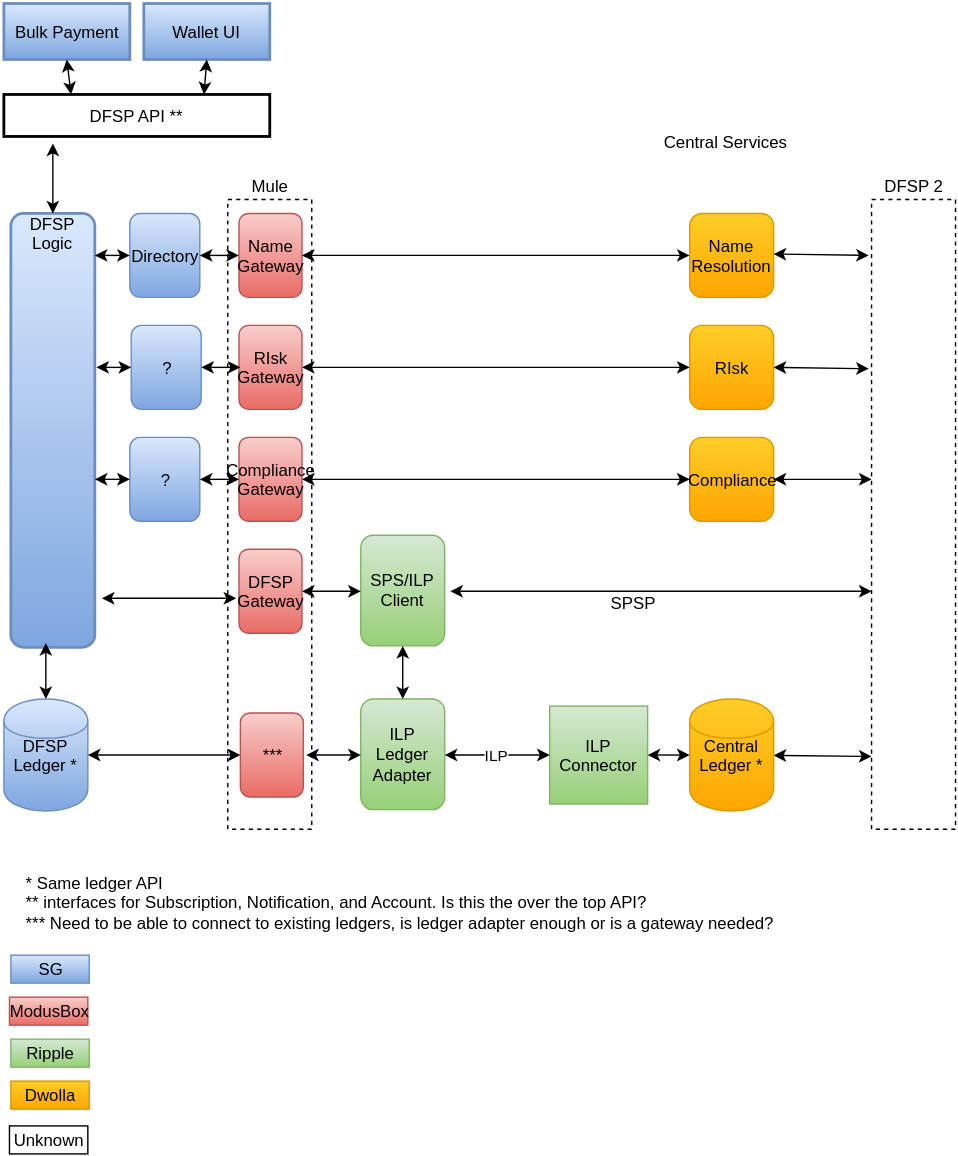
maduhu/Documentation keeps this draw.io diagram as Wiki/Top Level Architecture.svg. Above is the earlier version. Source tidied: cells renumbered, new cells last; positions are measured from the earlier drawing's top-left corner, leaving out a move shared by most shapes.
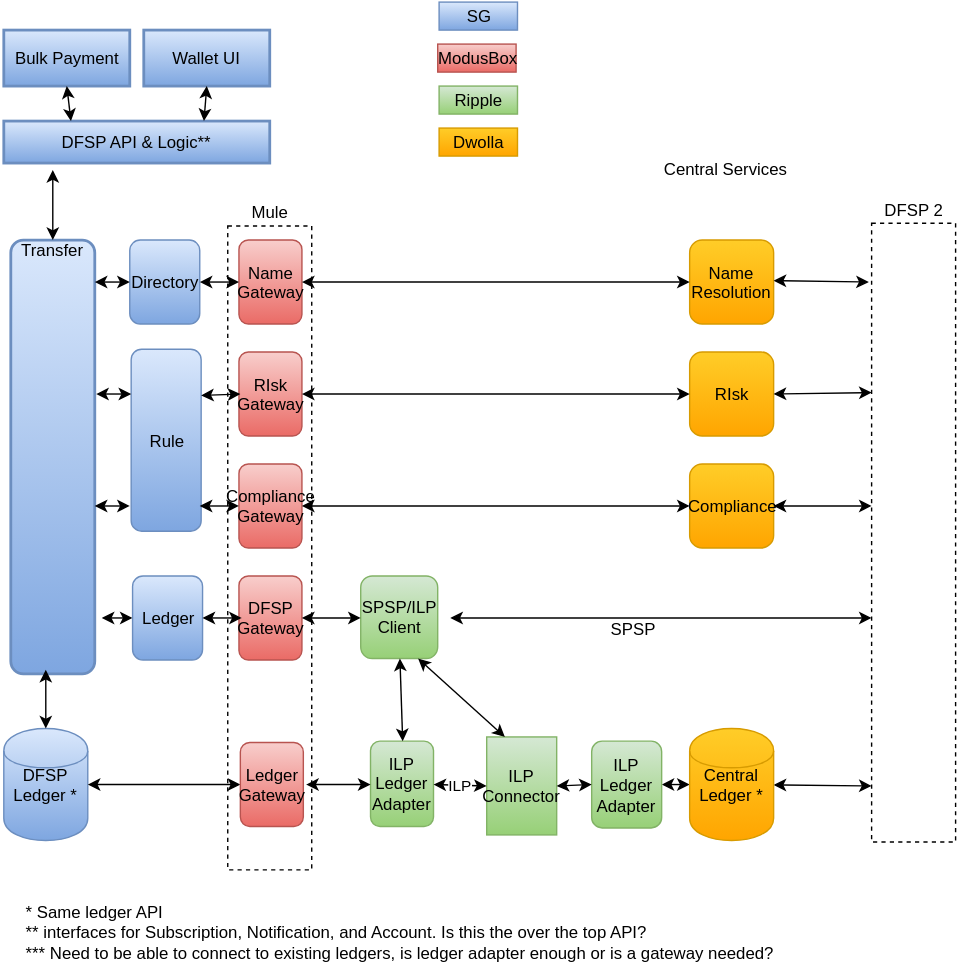
After the change.

Commit message:
Modify based on Kalin's comments

The edit, as a diff of the source:
```diff
@@ -3,41 +3,41 @@
     <mxCell id="0" />
     <mxCell id="1" parent="0" />
     <mxCell id="2" value="Mule" style="whiteSpace=wrap;html=1;fillColor=none;dashed=1;labelPosition=center;verticalLabelPosition=top;align=center;verticalAlign=bottom;" parent="1" vertex="1">
-      <mxGeometry x="160" y="140" width="60" height="450" as="geometry" />
+      <mxGeometry x="160" y="140" width="60" height="460" as="geometry" />
     </mxCell>
     <mxCell id="3" value="DFSP Ledger *" style="shape=cylinder;whiteSpace=wrap;html=1;plain-blue;" parent="1" vertex="1">
-      <mxGeometry y="497" width="60" height="80" as="geometry" />
+      <mxGeometry y="499" width="60" height="80" as="geometry" />
     </mxCell>
-    <mxCell id="4" value="&lt;div&gt;DFSP&lt;/div&gt;&lt;div&gt;Logic&lt;/div&gt;" style="verticalAlign=middle;align=center;overflow=fill;fontSize=12;fontFamily=Helvetica;html=1;rounded=1;fontStyle=0;strokeWidth=2;plain-blue;" parent="1" vertex="1">
+    <mxCell id="4" value="&lt;div&gt;Transfer&lt;/div&gt;" style="verticalAlign=middle;align=center;overflow=fill;fontSize=12;fontFamily=Helvetica;html=1;rounded=1;fontStyle=0;strokeWidth=2;plain-blue;" parent="1" vertex="1">
       <mxGeometry x="5" y="150" width="60" height="310" as="geometry" />
     </mxCell>
     <mxCell id="5" value="ILP Connector" style="whiteSpace=wrap;html=1;plain-green;" parent="1" vertex="1">
-      <mxGeometry x="390" y="502" width="70" height="70" as="geometry" />
+      <mxGeometry x="345" y="505" width="50" height="70" as="geometry" />
     </mxCell>
     <mxCell id="6" value="ILP Ledger Adapter" style="rounded=1;whiteSpace=wrap;html=1;plain-green;" parent="1" vertex="1">
-      <mxGeometry x="255" y="497" width="60" height="79" as="geometry" />
+      <mxGeometry x="262" y="508" width="45" height="61" as="geometry" />
     </mxCell>
     <mxCell id="7" style="endArrow=classic;startArrow=classic;html=1;entryX=0;entryY=0.5;exitX=1;exitY=0.5;" parent="1" edge="1" source="3" target="47">
       <mxGeometry relative="1" as="geometry" />
     </mxCell>
     <mxCell id="8" value="ILP" style="endArrow=classic;startArrow=classic;html=1;entryX=0;entryY=0.5;exitX=1;exitY=0.5;" parent="1" edge="1" source="6" target="5">
-      <mxGeometry x="120" y="637" as="geometry" />
+      <mxGeometry x="120" y="639" as="geometry" />
     </mxCell>
-    <mxCell id="9" style="endArrow=classic;startArrow=classic;html=1;entryX=0;entryY=0.5;exitX=1;exitY=0.5;" parent="1" edge="1" source="5" target="43">
-      <mxGeometry x="130" y="647" as="geometry" />
+    <mxCell id="9" style="endArrow=classic;startArrow=classic;html=1;entryX=0;entryY=0.5;exitX=1;exitY=0.5;" parent="1" edge="1" source="59" target="43">
+      <mxGeometry x="130" y="649" as="geometry" />
     </mxCell>
-    <mxCell id="10" value="SPS/ILP Client" style="rounded=1;whiteSpace=wrap;html=1;plain-green;" parent="1" vertex="1">
-      <mxGeometry x="255" y="380" width="60" height="79" as="geometry" />
+    <mxCell id="10" value="&lt;div&gt;SPSP/ILP&lt;/div&gt;&lt;div&gt;Client&lt;/div&gt;" style="rounded=1;whiteSpace=wrap;html=1;plain-green;" parent="1" vertex="1">
+      <mxGeometry x="255" y="390" width="55" height="59" as="geometry" />
     </mxCell>
-    <mxCell id="11" style="endArrow=classic;startArrow=classic;html=1;entryX=0.1;entryY=0.633;entryPerimeter=0;" parent="1" edge="1" target="2">
+    <mxCell id="11" style="endArrow=classic;startArrow=classic;html=1;entryX=0;entryY=0.5;" parent="1" edge="1" target="61">
       <mxGeometry x="110" y="457" as="geometry">
-        <mxPoint x="70" y="425" as="sourcePoint" />
+        <mxPoint x="70" y="420" as="sourcePoint" />
       </mxGeometry>
     </mxCell>
-    <mxCell id="12" style="endArrow=classic;startArrow=classic;html=1;exitX=0.5;exitY=1;entryX=0.5;entryY=0;" parent="1" edge="1" source="10" target="6">
+    <mxCell id="12" style="endArrow=classic;startArrow=classic;html=1;entryX=0.5;entryY=0;exitX=0.5;exitY=1;" parent="1" edge="1" source="10" target="6">
       <mxGeometry x="245" y="459" as="geometry" />
     </mxCell>
-    <mxCell id="13" value="DFSP API **" style="whiteSpace=wrap;align=center;verticalAlign=middle;fontStyle=0;strokeWidth=2;fillColor=#FFFFFF;html=1;" parent="1" vertex="1">
+    <mxCell id="13" value="DFSP API &amp;amp; Logic**" style="whiteSpace=wrap;align=center;verticalAlign=middle;fontStyle=0;strokeWidth=2;html=1;plain-blue;" parent="1" vertex="1">
       <mxGeometry y="65" width="190" height="30" as="geometry" />
     </mxCell>
     <mxCell id="14" value="Bulk Payment" style="whiteSpace=wrap;align=center;verticalAlign=middle;fontStyle=0;strokeWidth=2;html=1;plain-blue;" parent="1" vertex="1">
@@ -61,11 +61,11 @@
       </mxGeometry>
     </mxCell>
     <mxCell id="20" value="&lt;div&gt;* Same ledger API&lt;/div&gt;&lt;div&gt;** interfaces for Subscription, Notification, and Account. Is this the over the top API?&lt;/div&gt;&lt;div&gt;*** Need to be able to connect to existing ledgers, is ledger adapter enough or is a gateway needed?&lt;/div&gt;" style="text;html=1;align=left;verticalAlign=top;spacingTop=-4;" parent="1" vertex="1">
-      <mxGeometry x="14" y="619" width="550" height="40" as="geometry" />
+      <mxGeometry x="14" y="621" width="550" height="40" as="geometry" />
     </mxCell>
     <mxCell id="21" style="endArrow=classic;startArrow=classic;html=1;" parent="1" edge="1" source="43">
-      <mxGeometry x="260" y="656" as="geometry">
-        <mxPoint x="620" y="538" as="targetPoint" />
+      <mxGeometry x="260" y="658" as="geometry">
+        <mxPoint x="620" y="540" as="targetPoint" />
       </mxGeometry>
     </mxCell>
     <mxCell id="22" style="endArrow=classic;startArrow=classic;html=1;" parent="1" edge="1">
@@ -118,8 +118,8 @@
     <mxCell id="35" style="endArrow=classic;startArrow=classic;html=1;entryX=0;entryY=0.5;exitX=1;exitY=0.5;" parent="1" edge="1" source="34" target="33">
       <mxGeometry x="135" y="389" as="geometry" />
     </mxCell>
-    <mxCell id="36" value="?" style="rounded=1;whiteSpace=wrap;html=1;plain-blue;" parent="1" vertex="1">
-      <mxGeometry x="91" y="230" width="50" height="60" as="geometry" />
+    <mxCell id="36" value="Rule" style="rounded=1;whiteSpace=wrap;html=1;plain-blue;" parent="1" vertex="1">
+      <mxGeometry x="91" y="228" width="50" height="130" as="geometry" />
     </mxCell>
     <mxCell id="37" style="endArrow=classic;startArrow=classic;html=1;" parent="1" edge="1">
       <mxGeometry x="116" y="289" as="geometry">
@@ -127,22 +127,20 @@
         <mxPoint x="91" y="260" as="targetPoint" />
       </mxGeometry>
     </mxCell>
-    <mxCell id="38" style="endArrow=classic;startArrow=classic;html=1;entryX=0;entryY=0.5;exitX=1;exitY=0.5;" parent="1" edge="1" source="36">
+    <mxCell id="38" style="endArrow=classic;startArrow=classic;html=1;entryX=0;entryY=0.5;exitX=1;exitY=0.25;" parent="1" edge="1" source="36">
       <mxGeometry x="126" y="299" as="geometry">
         <mxPoint x="169" y="260" as="targetPoint" />
       </mxGeometry>
     </mxCell>
-    <mxCell id="39" value="?" style="rounded=1;whiteSpace=wrap;html=1;plain-blue;" parent="1" vertex="1">
-      <mxGeometry x="90" y="310" width="50" height="60" as="geometry" />
-    </mxCell>
     <mxCell id="40" style="endArrow=classic;startArrow=classic;html=1;" parent="1" edge="1">
       <mxGeometry x="115" y="369" as="geometry">
         <mxPoint x="65" y="340" as="sourcePoint" />
         <mxPoint x="90" y="340" as="targetPoint" />
       </mxGeometry>
     </mxCell>
-    <mxCell id="41" style="endArrow=classic;startArrow=classic;html=1;entryX=0;entryY=0.5;exitX=1;exitY=0.5;" parent="1" edge="1" source="39">
+    <mxCell id="41" style="endArrow=classic;startArrow=classic;html=1;entryX=0;entryY=0.5;exitX=1;exitY=0.5;" parent="1" edge="1">
       <mxGeometry x="125" y="379" as="geometry">
+        <mxPoint x="140" y="340" as="sourcePoint" />
         <mxPoint x="168" y="340" as="targetPoint" />
       </mxGeometry>
     </mxCell>
@@ -150,11 +148,11 @@
       <mxGeometry x="470" y="90" width="100" height="20" as="geometry" />
     </mxCell>
     <mxCell id="43" value="Central Ledger *" style="shape=cylinder;whiteSpace=wrap;html=1;plain-orange;" parent="1" vertex="1">
-      <mxGeometry x="490" y="497" width="60" height="80" as="geometry" />
+      <mxGeometry x="490" y="499" width="60" height="80" as="geometry" />
     </mxCell>
     <mxCell id="44" style="endArrow=classic;startArrow=classic;html=1;" parent="1" edge="1" target="43">
-      <mxGeometry x="260" y="656" as="geometry">
-        <mxPoint x="490" y="538" as="sourcePoint" />
+      <mxGeometry x="260" y="658" as="geometry">
+        <mxPoint x="490" y="540" as="sourcePoint" />
       </mxGeometry>
     </mxCell>
     <mxCell id="45" value="DFSP Gateway" style="rounded=1;whiteSpace=wrap;html=1;plain-red;" parent="1" vertex="1">
@@ -163,48 +161,62 @@
     <mxCell id="46" style="endArrow=classic;startArrow=classic;html=1;exitX=1;exitY=0.5;entryX=0;entryY=0.5;" parent="1" edge="1" source="45" target="10">
       <mxGeometry x="120" y="467" as="geometry" />
     </mxCell>
-    <mxCell id="47" value="***" style="rounded=1;whiteSpace=wrap;html=1;plain-red;" parent="1" vertex="1">
-      <mxGeometry x="169" y="507" width="45" height="60" as="geometry" />
+    <mxCell id="47" value="Ledger Gateway" style="rounded=1;whiteSpace=wrap;html=1;plain-red;" parent="1" vertex="1">
+      <mxGeometry x="169" y="509" width="45" height="60" as="geometry" />
     </mxCell>
     <mxCell id="48" style="endArrow=classic;startArrow=classic;html=1;entryX=0;entryY=0.5;" parent="1" edge="1" target="6">
-      <mxGeometry x="120" y="577" as="geometry">
-        <mxPoint x="216" y="537" as="sourcePoint" />
+      <mxGeometry x="120" y="579" as="geometry">
+        <mxPoint x="216" y="539" as="sourcePoint" />
       </mxGeometry>
     </mxCell>
+    <mxCell id="54" value="DFSP 2" style="whiteSpace=wrap;html=1;fillColor=none;dashed=1;labelPosition=center;verticalLabelPosition=top;align=center;verticalAlign=bottom;" parent="1" vertex="1">
+      <mxGeometry x="620" y="138" width="60" height="442" as="geometry" />
+    </mxCell>
+    <mxCell id="55" style="endArrow=classic;startArrow=classic;html=1;" parent="1" edge="1">
+      <mxGeometry x="464" y="389" as="geometry">
+        <mxPoint x="550" y="340" as="sourcePoint" />
+        <mxPoint x="620" y="340" as="targetPoint" />
+      </mxGeometry>
+    </mxCell>
+    <mxCell id="56" style="endArrow=classic;startArrow=classic;html=1;exitX=1;exitY=0.5;entryX=0;entryY=0.274;entryPerimeter=0;" parent="1" edge="1" target="54">
+      <mxGeometry x="472" y="309" as="geometry">
+        <mxPoint x="550" y="260" as="sourcePoint" />
+      </mxGeometry>
+    </mxCell>
+    <mxCell id="57" style="endArrow=classic;startArrow=classic;html=1;exitX=1;exitY=0.5;entryX=-0.033;entryY=0.269;entryPerimeter=0;" parent="1" edge="1">
+      <mxGeometry x="472" y="228" as="geometry">
+        <mxPoint x="550" y="179" as="sourcePoint" />
+        <mxPoint x="618" y="180" as="targetPoint" />
+      </mxGeometry>
+    </mxCell>
+    <mxCell id="58" style="endArrow=classic;startArrow=classic;html=1;exitX=0.75;exitY=1;entryX=0.25;entryY=0;" parent="1" edge="1" source="10" target="5">
+      <mxGeometry x="145" y="399" as="geometry" />
+    </mxCell>
+    <mxCell id="59" value="ILP Ledger Adapter" style="rounded=1;whiteSpace=wrap;html=1;plain-green;" parent="1" vertex="1">
+      <mxGeometry x="420" y="508" width="50" height="62" as="geometry" />
+    </mxCell>
+    <mxCell id="60" style="endArrow=classic;startArrow=classic;html=1;entryX=0;entryY=0.5;exitX=1;exitY=0.5;" parent="1" edge="1" source="5" target="59">
+      <mxGeometry x="130" y="649" as="geometry" />
+    </mxCell>
+    <mxCell id="61" value="Ledger" style="rounded=1;whiteSpace=wrap;html=1;plain-blue;" parent="1" vertex="1">
+      <mxGeometry x="92" y="390" width="50" height="60" as="geometry" />
+    </mxCell>
+    <mxCell id="62" style="endArrow=classic;startArrow=classic;html=1;exitX=1;exitY=0.5;" parent="1" edge="1" source="61">
+      <mxGeometry x="120" y="467" as="geometry">
+        <mxPoint x="170" y="420" as="targetPoint" />
+      </mxGeometry>
+    </mxCell>
     <mxCell id="49" value="ModusBox" style="whiteSpace=wrap;html=1;plain-red;" parent="1" vertex="1">
-      <mxGeometry x="4" y="710" width="56" height="20" as="geometry" />
+      <mxGeometry x="310" y="10" width="56" height="20" as="geometry" />
     </mxCell>
     <mxCell id="50" value="SG" style="whiteSpace=wrap;html=1;plain-blue;" parent="1" vertex="1">
-      <mxGeometry x="5" y="680" width="56" height="20" as="geometry" />
+      <mxGeometry x="311" y="-20" width="56" height="20" as="geometry" />
     </mxCell>
     <mxCell id="51" value="Ripple" style="whiteSpace=wrap;html=1;plain-green;" parent="1" vertex="1">
-      <mxGeometry x="5" y="740" width="56" height="20" as="geometry" />
+      <mxGeometry x="311" y="40" width="56" height="20" as="geometry" />
     </mxCell>
     <mxCell id="52" value="Dwolla" style="whiteSpace=wrap;html=1;plain-orange;" parent="1" vertex="1">
-      <mxGeometry x="5" y="770" width="56" height="20" as="geometry" />
+      <mxGeometry x="311" y="70" width="56" height="20" as="geometry" />
     </mxCell>
-    <mxCell id="53" value="Unknown" style="whiteSpace=wrap;html=1;fillColor=#ffffff;strokeColor=#000000;" parent="1" vertex="1">
-      <mxGeometry x="4" y="802" width="56" height="20" as="geometry" />
-    </mxCell>
-    <mxCell id="54" value="DFSP 2" style="whiteSpace=wrap;html=1;fillColor=none;dashed=1;labelPosition=center;verticalLabelPosition=top;align=center;verticalAlign=bottom;" parent="1" vertex="1">
-      <mxGeometry x="620" y="140" width="60" height="450" as="geometry" />
-    </mxCell>
-    <mxCell id="55" style="endArrow=classic;startArrow=classic;html=1;" parent="1" edge="1">
-      <mxGeometry x="464" y="389" as="geometry">
-        <mxPoint x="550" y="340" as="sourcePoint" />
-        <mxPoint x="620" y="340" as="targetPoint" />
-      </mxGeometry>
-    </mxCell>
-    <mxCell id="56" style="endArrow=classic;startArrow=classic;html=1;exitX=1;exitY=0.5;entryX=-0.033;entryY=0.269;entryPerimeter=0;" parent="1" edge="1" target="54">
-      <mxGeometry x="472" y="309" as="geometry">
-        <mxPoint x="550" y="260" as="sourcePoint" />
-      </mxGeometry>
-    </mxCell>
-    <mxCell id="57" style="endArrow=classic;startArrow=classic;html=1;exitX=1;exitY=0.5;entryX=-0.033;entryY=0.269;entryPerimeter=0;" parent="1" edge="1">
-      <mxGeometry x="472" y="228" as="geometry">
-        <mxPoint x="550" y="179" as="sourcePoint" />
-        <mxPoint x="618" y="180" as="targetPoint" />
-      </mxGeometry>
-    </mxCell>
   </root>
 </mxGraphModel>
```
